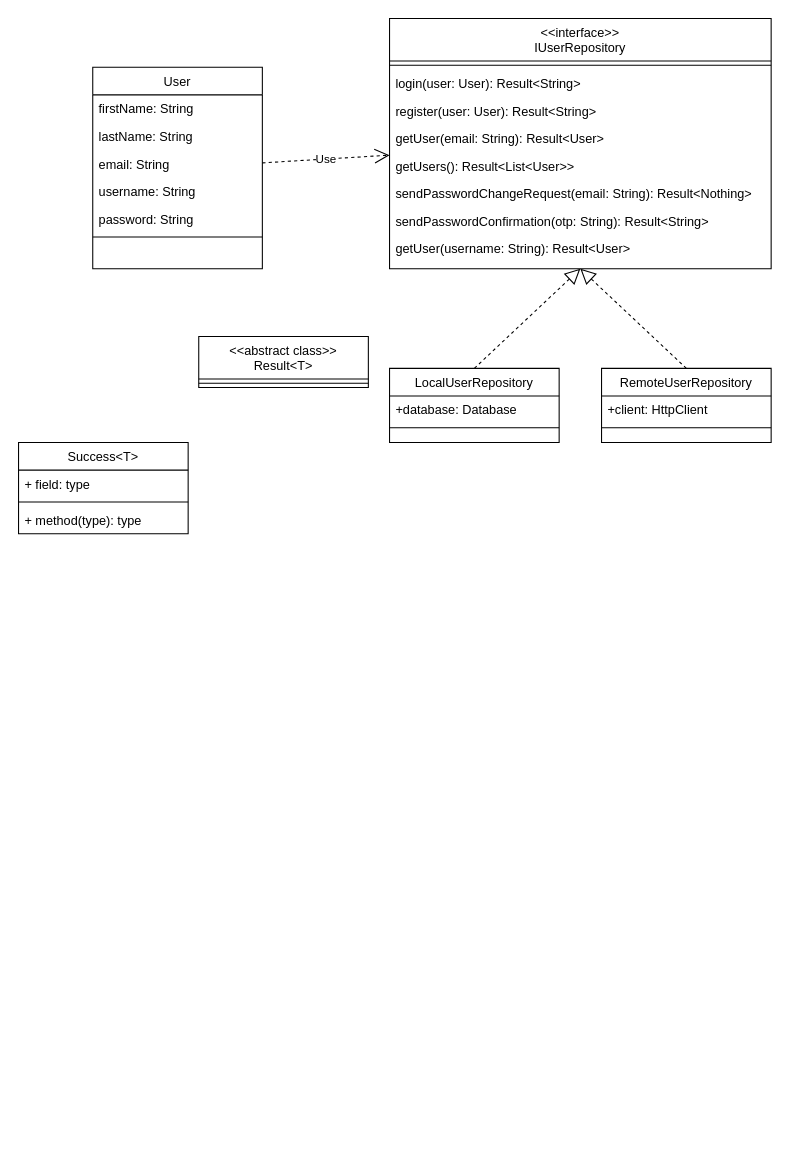
Before: ClassDiagram.drawio in SoftwareDesignKNU/SoftwareDesign, a draw.io diagram. Source tidied: cells renumbered, new cells numbered last; positions are measured from the earlier drawing's top-left corner, leaving out a move shared by most shapes. Both pictures are drawn from the tidied source at 106%, with x=0, y=0 at pixel (18, 18).
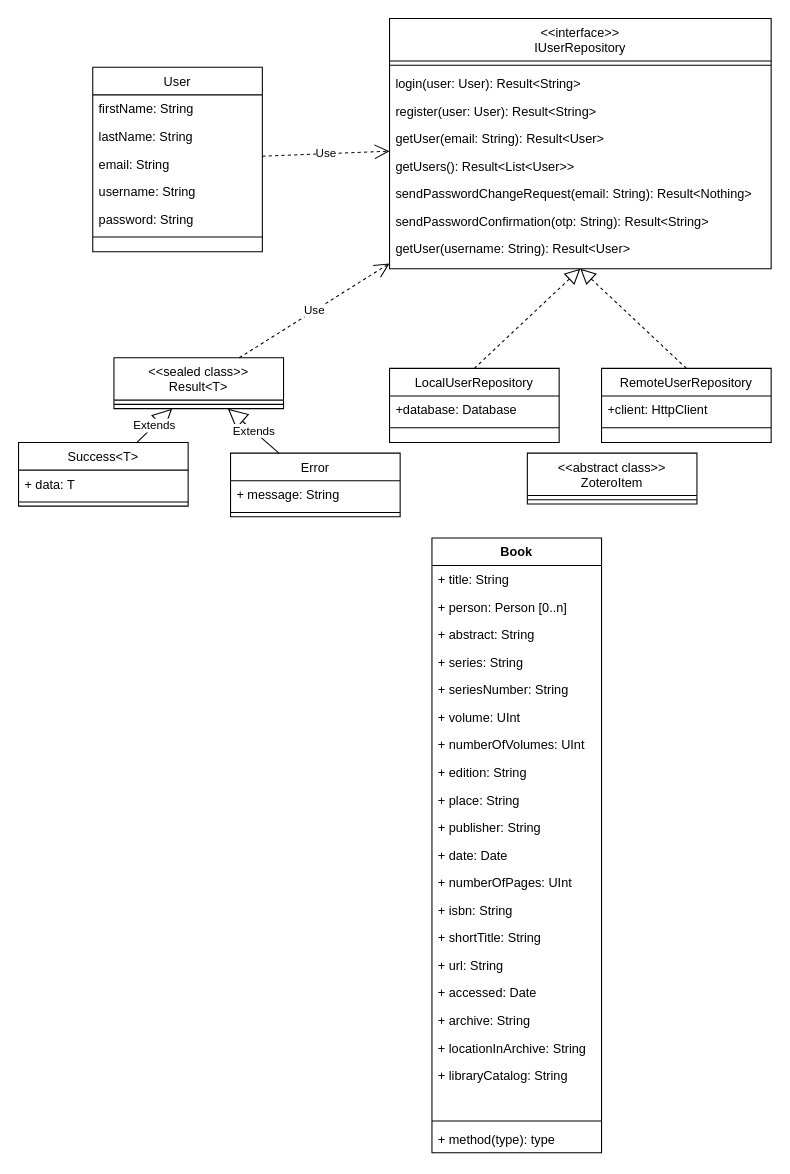
The same diagram, later.

Commit message:
Book class added.drawio

The change refers to these unchanged cells:
```xml
<mxCell id="12" value="&lt;&lt;interface&gt;&gt;&#10;IUserRepository" style="swimlane;fontStyle=0;align=center;verticalAlign=top;horizontal=1;startSize=40;rounded=0;shadow=0;strokeWidth=1;" parent="1" vertex="1">
  <mxGeometry x="350" width="360" height="236" as="geometry" />
</mxCell>
```

Diff of the diagram source:
```diff
@@
     <mxCell id="2" value="User" style="swimlane;fontStyle=0;align=center;verticalAlign=top;horizontal=1;startSize=26;rounded=0;shadow=0;strokeWidth=1;" parent="1" vertex="1">
-      <mxGeometry x="70" y="46" width="160" height="190" as="geometry" />
+      <mxGeometry x="70" y="46" width="160" height="174" as="geometry" />
     </mxCell>
@@
-    <mxCell id="27" value="&lt;&lt;abstract class&gt;&gt;&#10;Result&lt;T&gt;" style="swimlane;fontStyle=0;align=center;verticalAlign=top;horizontal=1;startSize=40;" parent="1" vertex="1">
-      <mxGeometry x="170" y="300" width="160" height="48" as="geometry" />
+    <mxCell id="27" value="&lt;&lt;sealed class&gt;&gt;&#10;Result&lt;T&gt;" style="swimlane;fontStyle=0;align=center;verticalAlign=top;horizontal=1;startSize=40;" parent="1" vertex="1">
+      <mxGeometry x="90" y="320" width="160" height="48" as="geometry" />
     </mxCell>
@@
     <mxCell id="29" value="Success&lt;T&gt;" style="swimlane;fontStyle=0;align=center;verticalAlign=top;horizontal=1;startSize=26;" parent="1" vertex="1">
-      <mxGeometry y="400" width="160" height="86" as="geometry" />
+      <mxGeometry y="400" width="160" height="60" as="geometry" />
     </mxCell>
-    <mxCell id="30" value="+ field: type" style="text;strokeColor=none;fillColor=none;align=left;verticalAlign=top;spacingLeft=4;spacingRight=4;overflow=hidden;" parent="29" vertex="1">
+    <mxCell id="30" value="+ data: T" style="text;strokeColor=none;fillColor=none;align=left;verticalAlign=top;spacingLeft=4;spacingRight=4;overflow=hidden;" parent="29" vertex="1">
       <mxGeometry y="26" width="160" height="26" as="geometry" />
     </mxCell>
@@
+    <mxCell id="33" value="Error" style="swimlane;fontStyle=0;align=center;verticalAlign=top;horizontal=1;startSize=26;" parent="1" vertex="1">
+      <mxGeometry x="200" y="410" width="160" height="60" as="geometry" />
+    </mxCell>
+    <mxCell id="34" value="+ message: String" style="text;strokeColor=none;fillColor=none;align=left;verticalAlign=top;spacingLeft=4;spacingRight=4;overflow=hidden;" parent="33" vertex="1">
+      <mxGeometry y="26" width="160" height="26" as="geometry" />
+    </mxCell>
+    <mxCell id="35" style="line;strokeWidth=1;fillColor=none;align=left;verticalAlign=middle;spacingTop=-1;spacingLeft=3;spacingRight=3;labelPosition=right;strokeColor=inherit;" parent="33" vertex="1">
+      <mxGeometry y="52" width="160" height="8" as="geometry" />
+    </mxCell>
+    <mxCell id="36" value="Extends" style="endArrow=block;endSize=16;endFill=0;html=1;rounded=0;" parent="1" edge="1" source="29" target="27">
+      <mxGeometry relative="1" as="geometry" />
+    </mxCell>
+    <mxCell id="37" value="Extends" style="endArrow=block;endSize=16;endFill=0;html=1;rounded=0;" parent="1" edge="1" source="33" target="27">
+      <mxGeometry relative="1" as="geometry" />
+    </mxCell>
+    <mxCell id="38" value="Use" style="endArrow=open;endSize=12;dashed=1;html=1;rounded=0;" parent="1" edge="1" source="27" target="12">
+      <mxGeometry relative="1" as="geometry" />
+    </mxCell>
+    <mxCell id="39" value="&lt;&lt;abstract class&gt;&gt;&#10;ZoteroItem" style="swimlane;fontStyle=0;align=center;verticalAlign=top;horizontal=1;startSize=40;" parent="1" vertex="1">
+      <mxGeometry x="480" y="410" width="160" height="48" as="geometry" />
+    </mxCell>
+    <mxCell id="40" style="line;strokeWidth=1;fillColor=none;align=left;verticalAlign=middle;spacingTop=-1;spacingLeft=3;spacingRight=3;labelPosition=right;strokeColor=inherit;" parent="39" vertex="1">
+      <mxGeometry y="40" width="160" height="8" as="geometry" />
+    </mxCell>
+    <mxCell id="41" value="Book" style="swimlane;fontStyle=1;align=center;verticalAlign=top;horizontal=1;startSize=26;" parent="1" vertex="1">
+      <mxGeometry x="390" y="490" width="160" height="580" as="geometry" />
+    </mxCell>
+    <mxCell id="42" value="+ title: String" style="text;strokeColor=none;fillColor=none;align=left;verticalAlign=top;spacingLeft=4;spacingRight=4;overflow=hidden;" parent="41" vertex="1">
+      <mxGeometry y="26" width="160" height="26" as="geometry" />
+    </mxCell>
+    <mxCell id="43" value="+ person: Person [0..n]" style="text;strokeColor=none;fillColor=none;align=left;verticalAlign=top;spacingLeft=4;spacingRight=4;overflow=hidden;" parent="41" vertex="1">
+      <mxGeometry y="52" width="160" height="26" as="geometry" />
+    </mxCell>
+    <mxCell id="44" value="+ abstract: String" style="text;strokeColor=none;fillColor=none;align=left;verticalAlign=top;spacingLeft=4;spacingRight=4;overflow=hidden;" parent="41" vertex="1">
+      <mxGeometry y="78" width="160" height="26" as="geometry" />
+    </mxCell>
+    <mxCell id="45" value="+ series: String" style="text;strokeColor=none;fillColor=none;align=left;verticalAlign=top;spacingLeft=4;spacingRight=4;overflow=hidden;" parent="41" vertex="1">
+      <mxGeometry y="104" width="160" height="26" as="geometry" />
+    </mxCell>
+    <mxCell id="46" value="+ seriesNumber: String" style="text;strokeColor=none;fillColor=none;align=left;verticalAlign=top;spacingLeft=4;spacingRight=4;overflow=hidden;" parent="41" vertex="1">
+      <mxGeometry y="130" width="160" height="26" as="geometry" />
+    </mxCell>
+    <mxCell id="47" value="+ volume: UInt" style="text;strokeColor=none;fillColor=none;align=left;verticalAlign=top;spacingLeft=4;spacingRight=4;overflow=hidden;" parent="41" vertex="1">
+      <mxGeometry y="156" width="160" height="26" as="geometry" />
+    </mxCell>
+    <mxCell id="48" value="+ numberOfVolumes: UInt" style="text;strokeColor=none;fillColor=none;align=left;verticalAlign=top;spacingLeft=4;spacingRight=4;overflow=hidden;" parent="41" vertex="1">
+      <mxGeometry y="182" width="160" height="26" as="geometry" />
+    </mxCell>
+    <mxCell id="49" value="+ edition: String" style="text;strokeColor=none;fillColor=none;align=left;verticalAlign=top;spacingLeft=4;spacingRight=4;overflow=hidden;" parent="41" vertex="1">
+      <mxGeometry y="208" width="160" height="26" as="geometry" />
+    </mxCell>
+    <mxCell id="50" value="+ place: String" style="text;strokeColor=none;fillColor=none;align=left;verticalAlign=top;spacingLeft=4;spacingRight=4;overflow=hidden;" parent="41" vertex="1">
+      <mxGeometry y="234" width="160" height="26" as="geometry" />
+    </mxCell>
+    <mxCell id="51" value="+ publisher: String" style="text;strokeColor=none;fillColor=none;align=left;verticalAlign=top;spacingLeft=4;spacingRight=4;overflow=hidden;" parent="41" vertex="1">
+      <mxGeometry y="260" width="160" height="26" as="geometry" />
+    </mxCell>
+    <mxCell id="52" value="+ date: Date" style="text;strokeColor=none;fillColor=none;align=left;verticalAlign=top;spacingLeft=4;spacingRight=4;overflow=hidden;" parent="41" vertex="1">
+      <mxGeometry y="286" width="160" height="26" as="geometry" />
+    </mxCell>
+    <mxCell id="53" value="+ numberOfPages: UInt" style="text;strokeColor=none;fillColor=none;align=left;verticalAlign=top;spacingLeft=4;spacingRight=4;overflow=hidden;" parent="41" vertex="1">
+      <mxGeometry y="312" width="160" height="26" as="geometry" />
+    </mxCell>
+    <mxCell id="54" value="+ isbn: String" style="text;strokeColor=none;fillColor=none;align=left;verticalAlign=top;spacingLeft=4;spacingRight=4;overflow=hidden;" parent="41" vertex="1">
+      <mxGeometry y="338" width="160" height="26" as="geometry" />
+    </mxCell>
+    <mxCell id="55" value="+ shortTitle: String" style="text;strokeColor=none;fillColor=none;align=left;verticalAlign=top;spacingLeft=4;spacingRight=4;overflow=hidden;" parent="41" vertex="1">
+      <mxGeometry y="364" width="160" height="26" as="geometry" />
+    </mxCell>
+    <mxCell id="56" value="+ url: String" style="text;strokeColor=none;fillColor=none;align=left;verticalAlign=top;spacingLeft=4;spacingRight=4;overflow=hidden;" parent="41" vertex="1">
+      <mxGeometry y="390" width="160" height="26" as="geometry" />
+    </mxCell>
+    <mxCell id="57" value="+ accessed: Date" style="text;strokeColor=none;fillColor=none;align=left;verticalAlign=top;spacingLeft=4;spacingRight=4;overflow=hidden;" parent="41" vertex="1">
+      <mxGeometry y="416" width="160" height="26" as="geometry" />
+    </mxCell>
+    <mxCell id="58" value="+ archive: String" style="text;strokeColor=none;fillColor=none;align=left;verticalAlign=top;spacingLeft=4;spacingRight=4;overflow=hidden;" parent="41" vertex="1">
+      <mxGeometry y="442" width="160" height="26" as="geometry" />
+    </mxCell>
+    <mxCell id="59" value="+ locationInArchive: String" style="text;strokeColor=none;fillColor=none;align=left;verticalAlign=top;spacingLeft=4;spacingRight=4;overflow=hidden;" parent="41" vertex="1">
+      <mxGeometry y="468" width="160" height="26" as="geometry" />
+    </mxCell>
+    <mxCell id="60" value="+ libraryCatalog: String" style="text;strokeColor=none;fillColor=none;align=left;verticalAlign=top;spacingLeft=4;spacingRight=4;overflow=hidden;" parent="41" vertex="1">
+      <mxGeometry y="494" width="160" height="26" as="geometry" />
+    </mxCell>
+    <mxCell id="61" style="text;strokeColor=none;fillColor=none;align=left;verticalAlign=top;spacingLeft=4;spacingRight=4;overflow=hidden;" parent="41" vertex="1">
+      <mxGeometry y="520" width="160" height="26" as="geometry" />
+    </mxCell>
+    <mxCell id="62" style="line;strokeWidth=1;fillColor=none;align=left;verticalAlign=middle;spacingTop=-1;spacingLeft=3;spacingRight=3;labelPosition=right;strokeColor=inherit;" parent="41" vertex="1">
+      <mxGeometry y="546" width="160" height="8" as="geometry" />
+    </mxCell>
-    <mxCell id="32" value="+ method(type): type" style="text;strokeColor=none;fillColor=none;align=left;verticalAlign=top;spacingLeft=4;spacingRight=4;overflow=hidden;" parent="29" vertex="1">
-      <mxGeometry y="60" width="160" height="26" as="geometry" />
+    <mxCell id="32" value="+ method(type): type" style="text;strokeColor=none;fillColor=none;align=left;verticalAlign=top;spacingLeft=4;spacingRight=4;overflow=hidden;" parent="41" vertex="1">
+      <mxGeometry y="554" width="160" height="26" as="geometry" />
     </mxCell>
```
